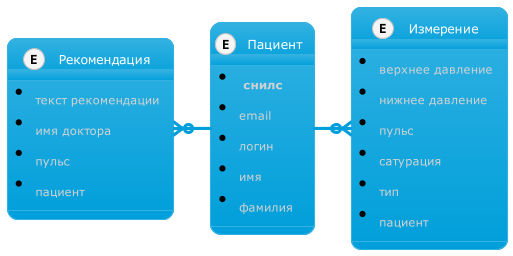
KochankovID/hacatone_miac keeps this PlantUML diagram as visual/erm.png. Above is the earlier version. The source it was exported from:
```plantuml
@startuml
!theme bluegray
skinparam backgroundColor #

entity "Пациент" as user {
    * ** снилс **
    * email
    * логин
    * имя
    * фамилия
}

entity "Измерение" as measurement {
    * верхнее давление
    * нижнее давление
    * пульс
    * сатурация
    * тип
    * пациент
}

entity "Рекомендация" as recomendation {
    * текст рекомендации
    * имя доктора
    * пульс
    * пациент
}

measurement }o-left- user
recomendation }o-right- user
@enduml
```
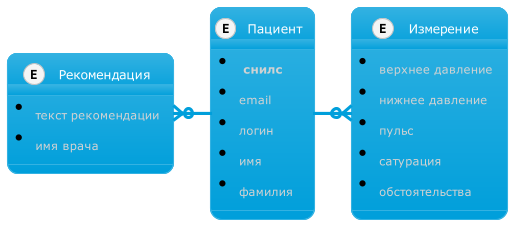
After the commit.

What changed in the source:
```diff
@@ -1,6 +1,8 @@
 @startuml
 !theme bluegray
 skinparam backgroundColor #
+
+skinparam svgLinkTarget _parent
 
 entity "Пациент" as user {
     * ** снилс **
@@ -15,15 +17,12 @@
     * нижнее давление
     * пульс
     * сатурация
-    * тип
-    * пациент
+    * обстоятельства
 }
 
 entity "Рекомендация" as recomendation {
     * текст рекомендации
-    * имя доктора
-    * пульс
-    * пациент
+    * имя врача
 }
 
 measurement }o-left- user
```
